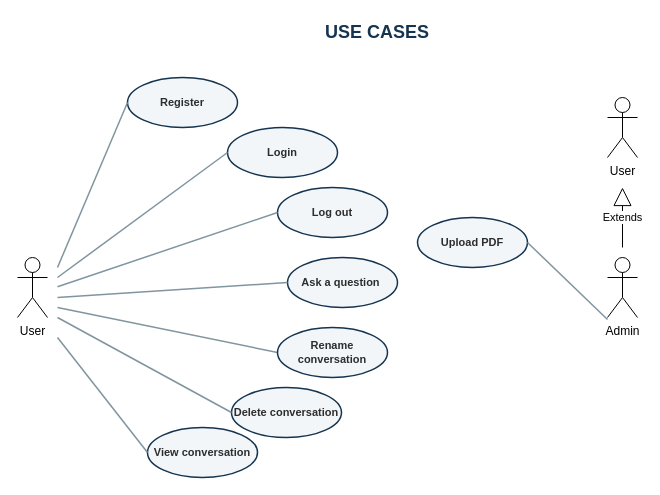
This is use_cases.drawio from Hungcb123/CTU-Chat_bot, a draw.io file, before an edit. Source tidied: cells renumbered, new cells numbered last; positions are measured from the earlier drawing's top-left corner, leaving out a move shared by most shapes. Both pictures are drawn from the tidied source at 100%, with x=0, y=0 at pixel (17, 17).
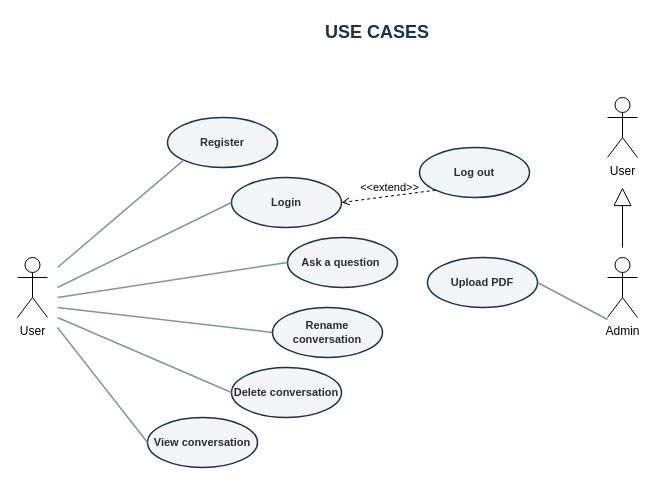
The same diagram, later.

Change to the diagram source:
```diff
@@
     <mxCell id="3" value="Login" style="ellipse;whiteSpace=wrap;html=1;fillColor=#f2f6f9;strokeColor=#153450;strokeWidth=1.5;fontStyle=1;fontSize=11;fontColor=#2d2d2d;" parent="1" vertex="1">
-      <mxGeometry x="210" y="110" width="110" height="50" as="geometry" />
+      <mxGeometry x="214" y="160" width="110" height="50" as="geometry" />
     </mxCell>
     <mxCell id="4" value="Ask a question&amp;nbsp;" style="ellipse;whiteSpace=wrap;html=1;fillColor=#f2f6f9;strokeColor=#153450;strokeWidth=1.5;fontStyle=1;fontSize=11;fontColor=#2d2d2d;" parent="1" vertex="1">
-      <mxGeometry x="270" y="240" width="110" height="50" as="geometry" />
+      <mxGeometry x="270" y="220" width="110" height="50" as="geometry" />
     </mxCell>
     <mxCell id="5" value="Upload PDF" style="ellipse;whiteSpace=wrap;html=1;fillColor=#f2f6f9;strokeColor=#153450;strokeWidth=1.5;fontStyle=1;fontSize=11;fontColor=#2d2d2d;" parent="1" vertex="1">
-      <mxGeometry x="400" y="200" width="110" height="50" as="geometry" />
+      <mxGeometry x="410" y="240" width="110" height="50" as="geometry" />
     </mxCell>
     <mxCell id="6" style="edgeStyle=none;html=1;endArrow=none;endFill=0;strokeColor=#8095a0;strokeWidth=1.5;entryX=0;entryY=0.5;entryDx=0;entryDy=0;" parent="1" edge="1" target="3">
       <mxGeometry relative="1" as="geometry">
-        <mxPoint x="40" y="260" as="sourcePoint" />
+        <mxPoint x="40" y="270" as="sourcePoint" />
       </mxGeometry>
     </mxCell>
@@
     <mxCell id="12" value="Log out" style="ellipse;whiteSpace=wrap;html=1;fillColor=#f2f6f9;strokeColor=#153450;strokeWidth=1.5;fontStyle=1;fontSize=11;fontColor=#2d2d2d;" parent="1" vertex="1">
-      <mxGeometry x="260" y="170" width="110" height="50" as="geometry" />
+      <mxGeometry x="402" y="130" width="110" height="50" as="geometry" />
     </mxCell>
     <mxCell id="13" value="Register" style="ellipse;whiteSpace=wrap;html=1;fillColor=#f2f6f9;strokeColor=#153450;strokeWidth=1.5;fontStyle=1;fontSize=11;fontColor=#2d2d2d;" parent="1" vertex="1">
-      <mxGeometry x="110" y="60" width="110" height="50" as="geometry" />
+      <mxGeometry x="150" y="100" width="110" height="50" as="geometry" />
     </mxCell>
-    <mxCell id="14" style="edgeStyle=none;html=1;endArrow=none;endFill=0;strokeColor=#8095a0;strokeWidth=1.5;entryX=0;entryY=0.5;entryDx=0;entryDy=0;" parent="1" edge="1" target="12">
-      <mxGeometry relative="1" as="geometry">
-        <mxPoint x="40" y="269.3" as="sourcePoint" />
-      </mxGeometry>
-    </mxCell>
-    <mxCell id="15" style="edgeStyle=none;html=1;endArrow=none;endFill=0;strokeColor=#8095a0;strokeWidth=1.5;entryX=0;entryY=0.5;entryDx=0;entryDy=0;" parent="1" edge="1" target="13">
+    <mxCell id="15" style="edgeStyle=none;html=1;endArrow=none;endFill=0;strokeColor=#8095a0;strokeWidth=1.5;entryX=0;entryY=1;entryDx=0;entryDy=0;" parent="1" edge="1" target="13">
       <mxGeometry relative="1" as="geometry">
         <mxPoint x="40" y="250" as="sourcePoint" />
       </mxGeometry>
     </mxCell>
-    <mxCell id="16" value="Extends" style="endArrow=block;endSize=16;endFill=0;html=1;rounded=0;" parent="1" edge="1">
+    <mxCell id="16" style="endArrow=block;endSize=16;endFill=0;html=1;rounded=0;" parent="1" edge="1">
       <mxGeometry relative="1" as="geometry">
         <mxPoint x="605" y="230" as="sourcePoint" />
         <mxPoint x="605" y="170" as="targetPoint" />
       </mxGeometry>
     </mxCell>
@@
     <mxCell id="18" value="Rename conversation" style="ellipse;whiteSpace=wrap;html=1;fillColor=#f2f6f9;strokeColor=#153450;strokeWidth=1.5;fontStyle=1;fontSize=11;fontColor=#2d2d2d;" parent="1" vertex="1">
-      <mxGeometry x="260" y="310" width="110" height="50" as="geometry" />
+      <mxGeometry x="255" y="290" width="110" height="50" as="geometry" />
     </mxCell>
     <mxCell id="19" value="Delete conversation" style="ellipse;whiteSpace=wrap;html=1;fillColor=#f2f6f9;strokeColor=#153450;strokeWidth=1.5;fontStyle=1;fontSize=11;fontColor=#2d2d2d;" parent="1" vertex="1">
-      <mxGeometry x="214" y="370" width="110" height="50" as="geometry" />
+      <mxGeometry x="214" y="350" width="110" height="50" as="geometry" />
     </mxCell>
     <mxCell id="20" value="View conversation" style="ellipse;whiteSpace=wrap;html=1;fillColor=#f2f6f9;strokeColor=#153450;strokeWidth=1.5;fontStyle=1;fontSize=11;fontColor=#2d2d2d;" parent="1" vertex="1">
-      <mxGeometry x="130" y="410" width="110" height="50" as="geometry" />
+      <mxGeometry x="130" y="400" width="110" height="50" as="geometry" />
     </mxCell>
@@
     <mxCell id="22" style="edgeStyle=none;html=1;endArrow=none;endFill=0;strokeColor=#8095a0;strokeWidth=1.5;entryX=0;entryY=0.5;entryDx=0;entryDy=0;" parent="1" edge="1" target="20">
       <mxGeometry relative="1" as="geometry">
-        <mxPoint x="40" y="320" as="sourcePoint" />
+        <mxPoint x="40" y="310" as="sourcePoint" />
       </mxGeometry>
     </mxCell>
+    <mxCell id="23" value="&amp;lt;&amp;lt;extend&amp;gt;&amp;gt;" style="html=1;verticalAlign=bottom;labelBackgroundColor=none;endArrow=open;endFill=0;dashed=1;rounded=0;exitX=0;exitY=1;exitDx=0;exitDy=0;entryX=1;entryY=0.5;entryDx=0;entryDy=0;" parent="1" edge="1" source="12" target="3">
+      <mxGeometry relative="1" as="geometry" />
+    </mxCell>
```
